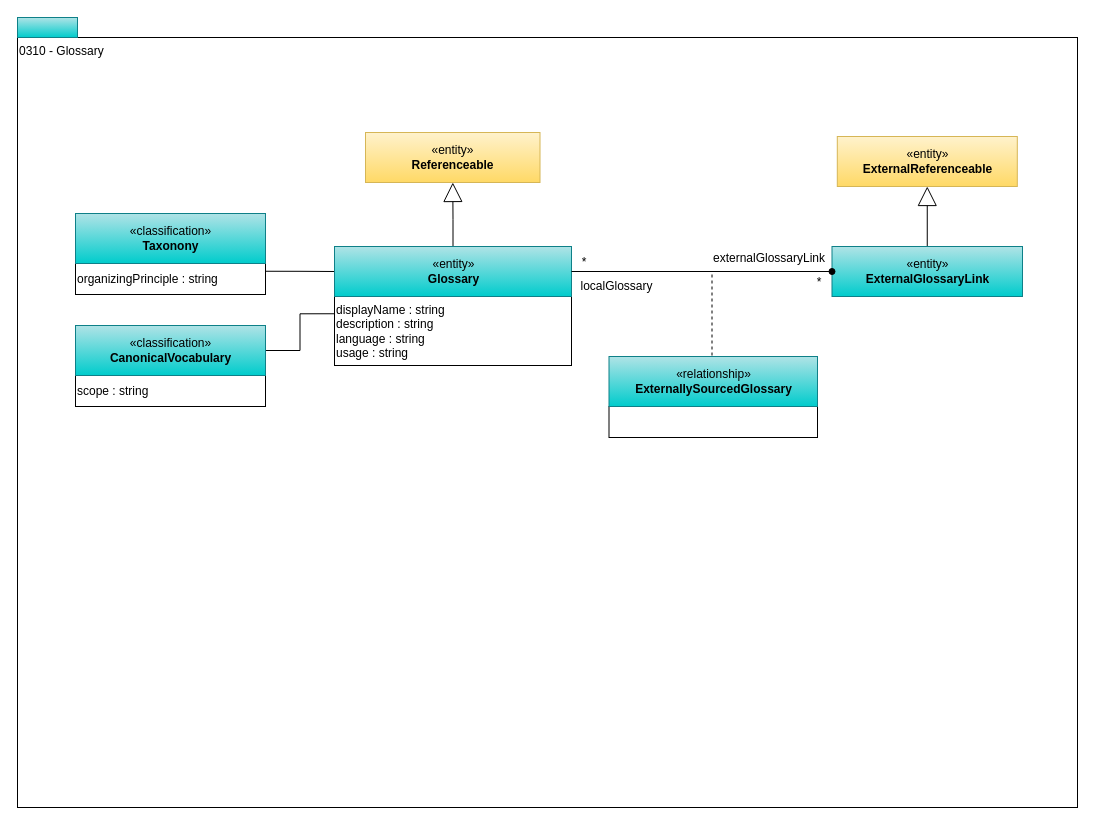
The draw.io diagram page "0310-Glossary" (2 of 13) of site/docs/types/3/area-3-glossary.drawio in odpi/egeria-docs, before the edit. Source tidied: cells renumbered, new cells numbered last; positions are measured from the earlier drawing's top-left corner, leaving out a move shared by most shapes. Both pictures are drawn from the tidied source at 100%, with x=0, y=0 at pixel (17, 17).
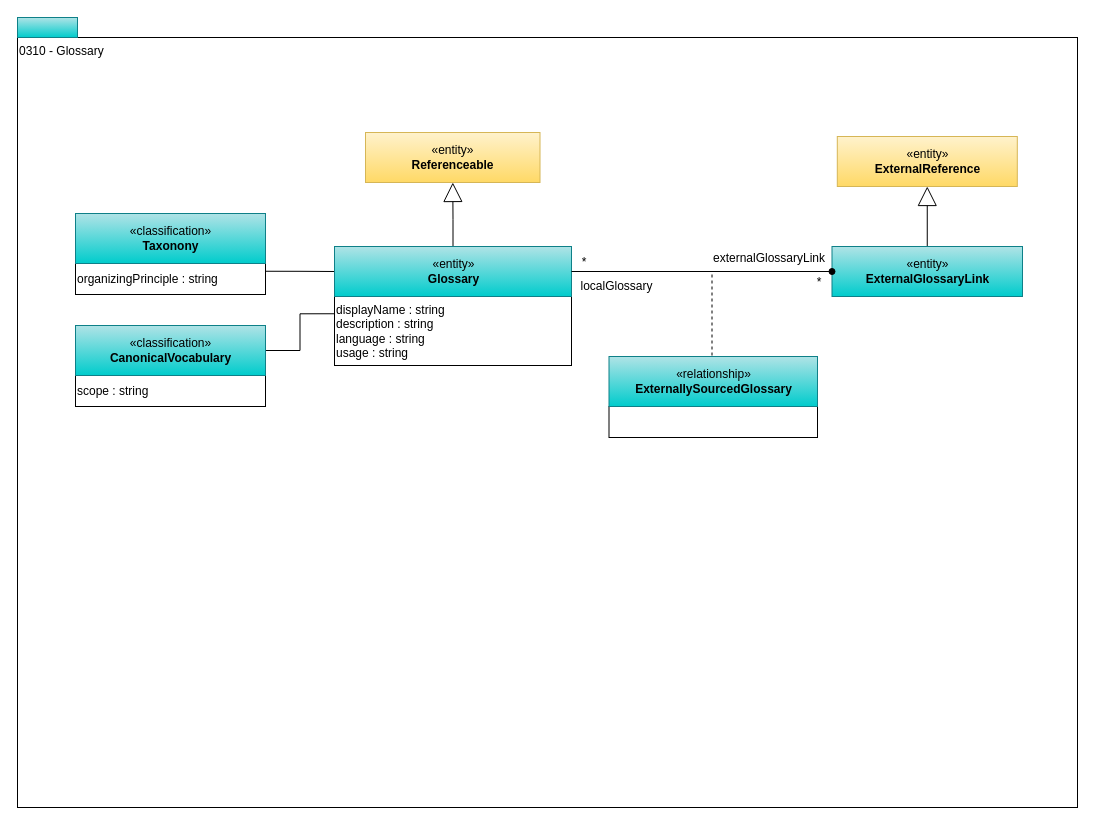
Above is the later version.

Diff of the diagram source:
```diff
@@
-    <mxCell id="20" value="«entity»&lt;br&gt;&lt;b&gt;ExternalReferenceable&lt;/b&gt;" style="html=1;strokeColor=#d6b656;align=center;fillColor=#fff2cc;gradientColor=#ffd966;" parent="1" vertex="1">
+    <mxCell id="20" value="«entity»&lt;br&gt;&lt;b&gt;ExternalReference&lt;/b&gt;" style="html=1;strokeColor=#d6b656;align=center;fillColor=#fff2cc;gradientColor=#ffd966;" parent="1" vertex="1">
       <mxGeometry x="819.8" y="119" width="180" height="50" as="geometry" />
     </mxCell>
```
